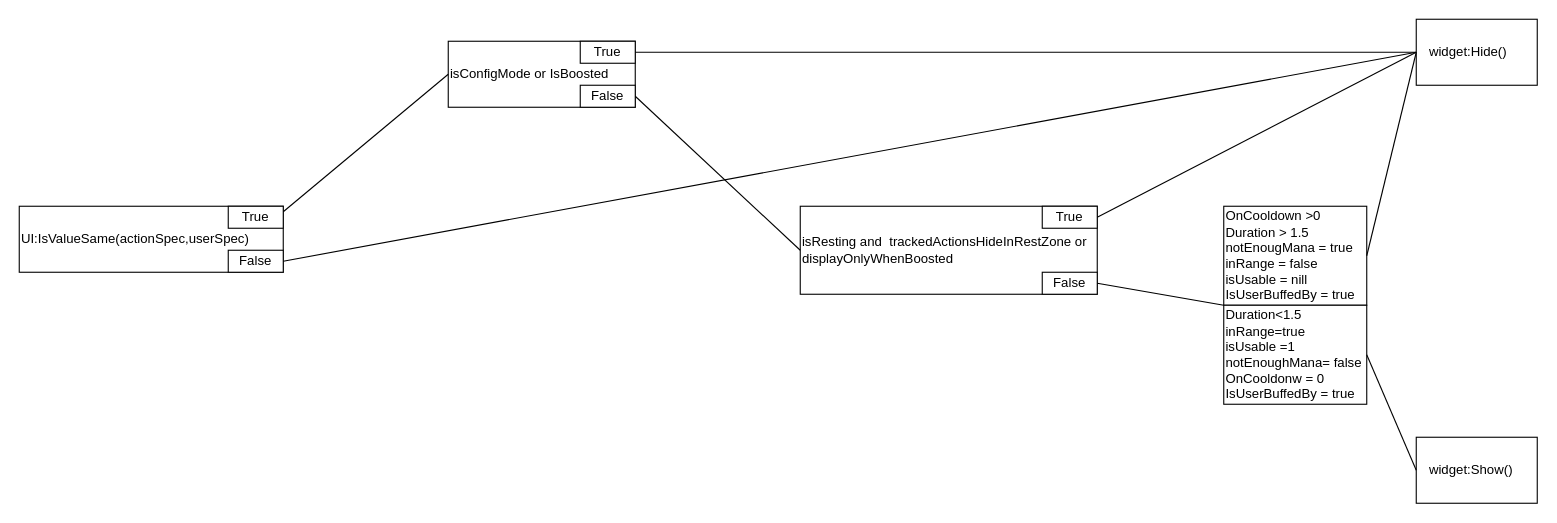
The draw.io diagram Diagrams/SmartBars_displayLogic.drawio in Beginnerstudios/Smartbars, before the edit. Source tidied: cells renumbered, new cells numbered last; positions are measured from the earlier drawing's top-left corner, leaving out a move shared by most shapes. Both pictures are drawn from the tidied source at 110%, with x=0, y=0 at pixel (19, 19).
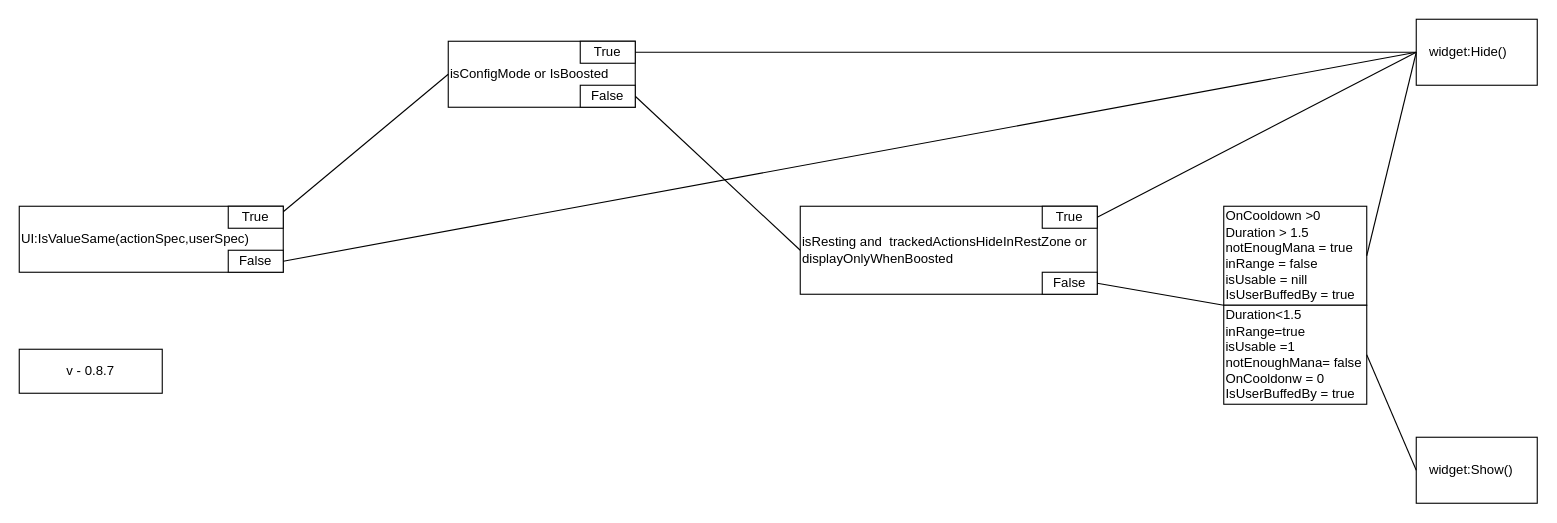
The same diagram, later.

The edit, as a diff of the source:
```diff
@@
+    <mxCell id="23" value="&lt;div&gt;v - 0.8.7&lt;/div&gt;" style="rounded=0;whiteSpace=wrap;html=1;" parent="1" vertex="1">
+      <mxGeometry y="300" width="130" height="40" as="geometry" />
+    </mxCell>
```
